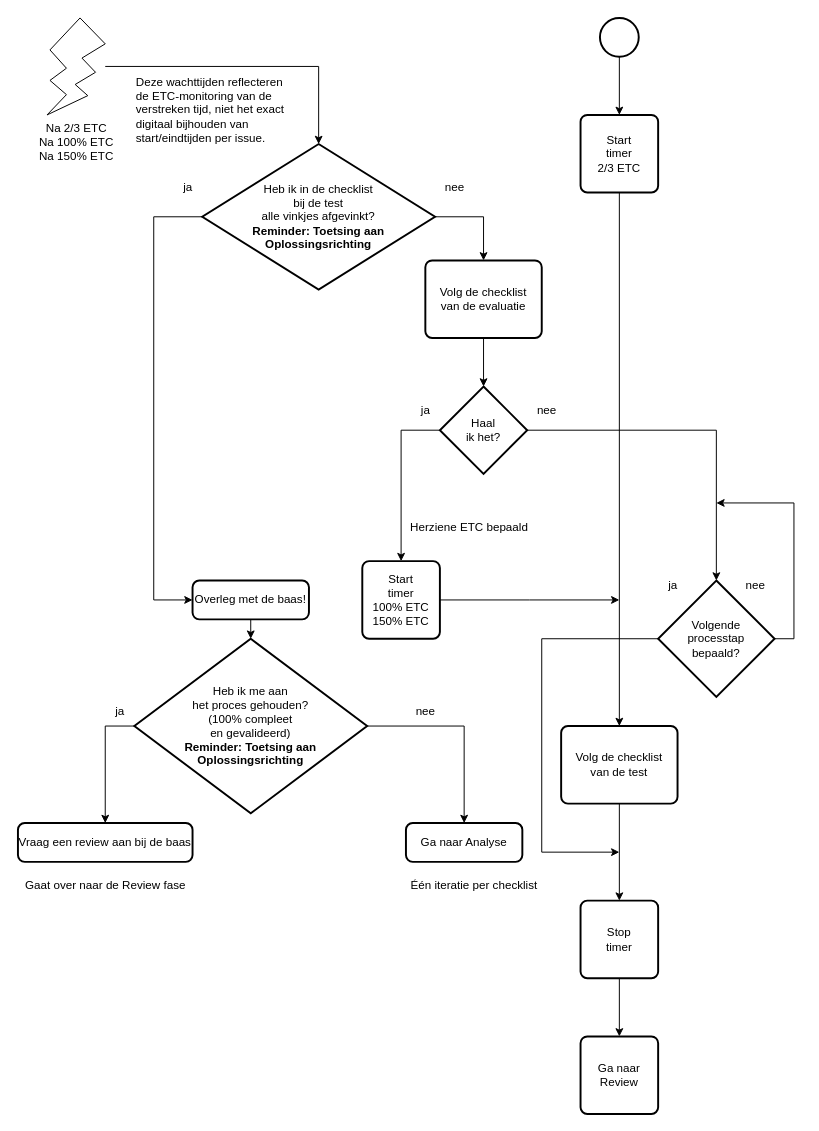
Earlier version of the draw.io diagram 5 Issue Tracker test.drawio (Zaibatsu89/IssueTracker). Source tidied: cells renumbered, new cells numbered last; positions are measured from the earlier drawing's top-left corner, leaving out a move shared by most shapes. Both pictures are drawn from the tidied source at 97%, with x=0, y=0 at pixel (17, 17).
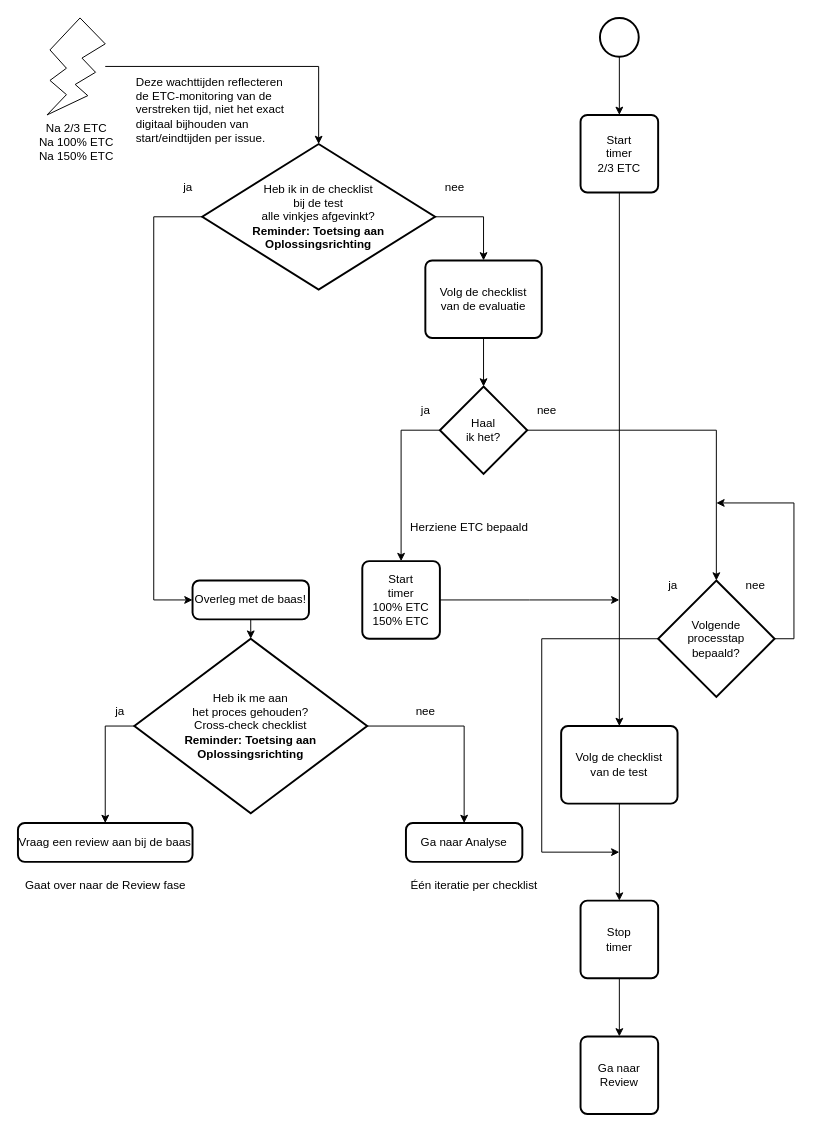
After the change.

Commit message (it also covers changes not shown here):
Vervang "(100% compleet en gevalideerd)" door "Cross-check checklist" in flowcharts

What changed in the source:
```diff
@@
-    <mxCell id="16" value="Heb ik me aan&lt;br&gt;het proces gehouden?&lt;br&gt;(100% compleet&lt;br&gt;en gevalideerd)&lt;br&gt;&lt;b&gt;Reminder: Toetsing aan Oplossingsrichting&lt;/b&gt;" style="strokeWidth=2;html=1;shape=mxgraph.flowchart.decision;whiteSpace=wrap;" parent="1" vertex="1">
+    <mxCell id="16" value="Heb ik me aan&lt;br&gt;het proces gehouden?&lt;br&gt;Cross-check checklist&lt;br&gt;&lt;b&gt;Reminder: Toetsing aan Oplossingsrichting&lt;/b&gt;" style="strokeWidth=2;html=1;shape=mxgraph.flowchart.decision;whiteSpace=wrap;" parent="1" vertex="1">
       <mxGeometry x="120" y="640" width="240" height="180" as="geometry" />
     </mxCell>
```
